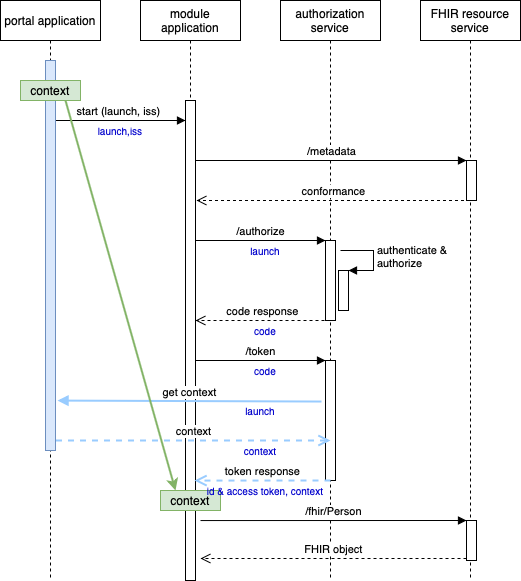
This is diagrams/SMART on FHIR Application Launch Framework - Context.drawio.png from Koppeltaal/Koppeltaal-2.0-SMART-HTI-On-FHIR, a draw.io export, as it was before one commit. Source tidied: cells renumbered, new cells last; positions are measured from the earlier drawing's top-left corner, leaving out a move shared by most shapes.
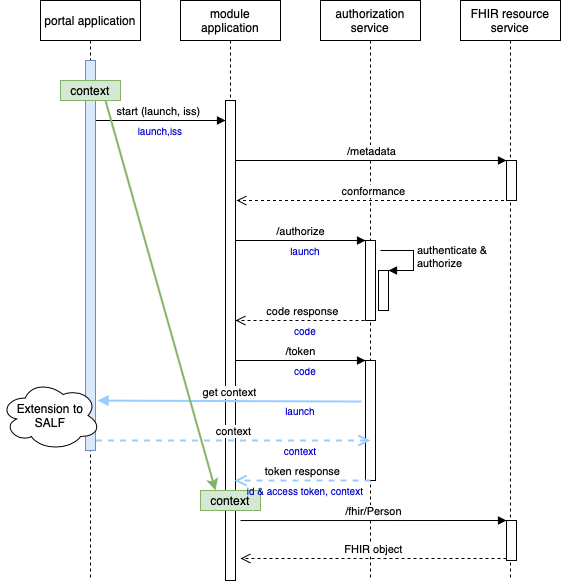
Above is the later version.

What changed in the source:
```diff
@@ -140,5 +140,8 @@
     <mxCell id="34" value="launch" style="text;html=1;strokeColor=none;fillColor=none;align=center;verticalAlign=middle;whiteSpace=wrap;rounded=0;fontSize=10;fontColor=#0000CC;" parent="1" vertex="1">
       <mxGeometry x="195" y="400" width="130" height="20" as="geometry" />
     </mxCell>
+    <mxCell id="35" value="Extension to &lt;br&gt;SALF" style="ellipse;shape=cloud;whiteSpace=wrap;html=1;" parent="1" vertex="1">
+      <mxGeometry x="-40" y="380" width="100" height="70" as="geometry" />
+    </mxCell>
   </root>
 </mxGraphModel>
```
